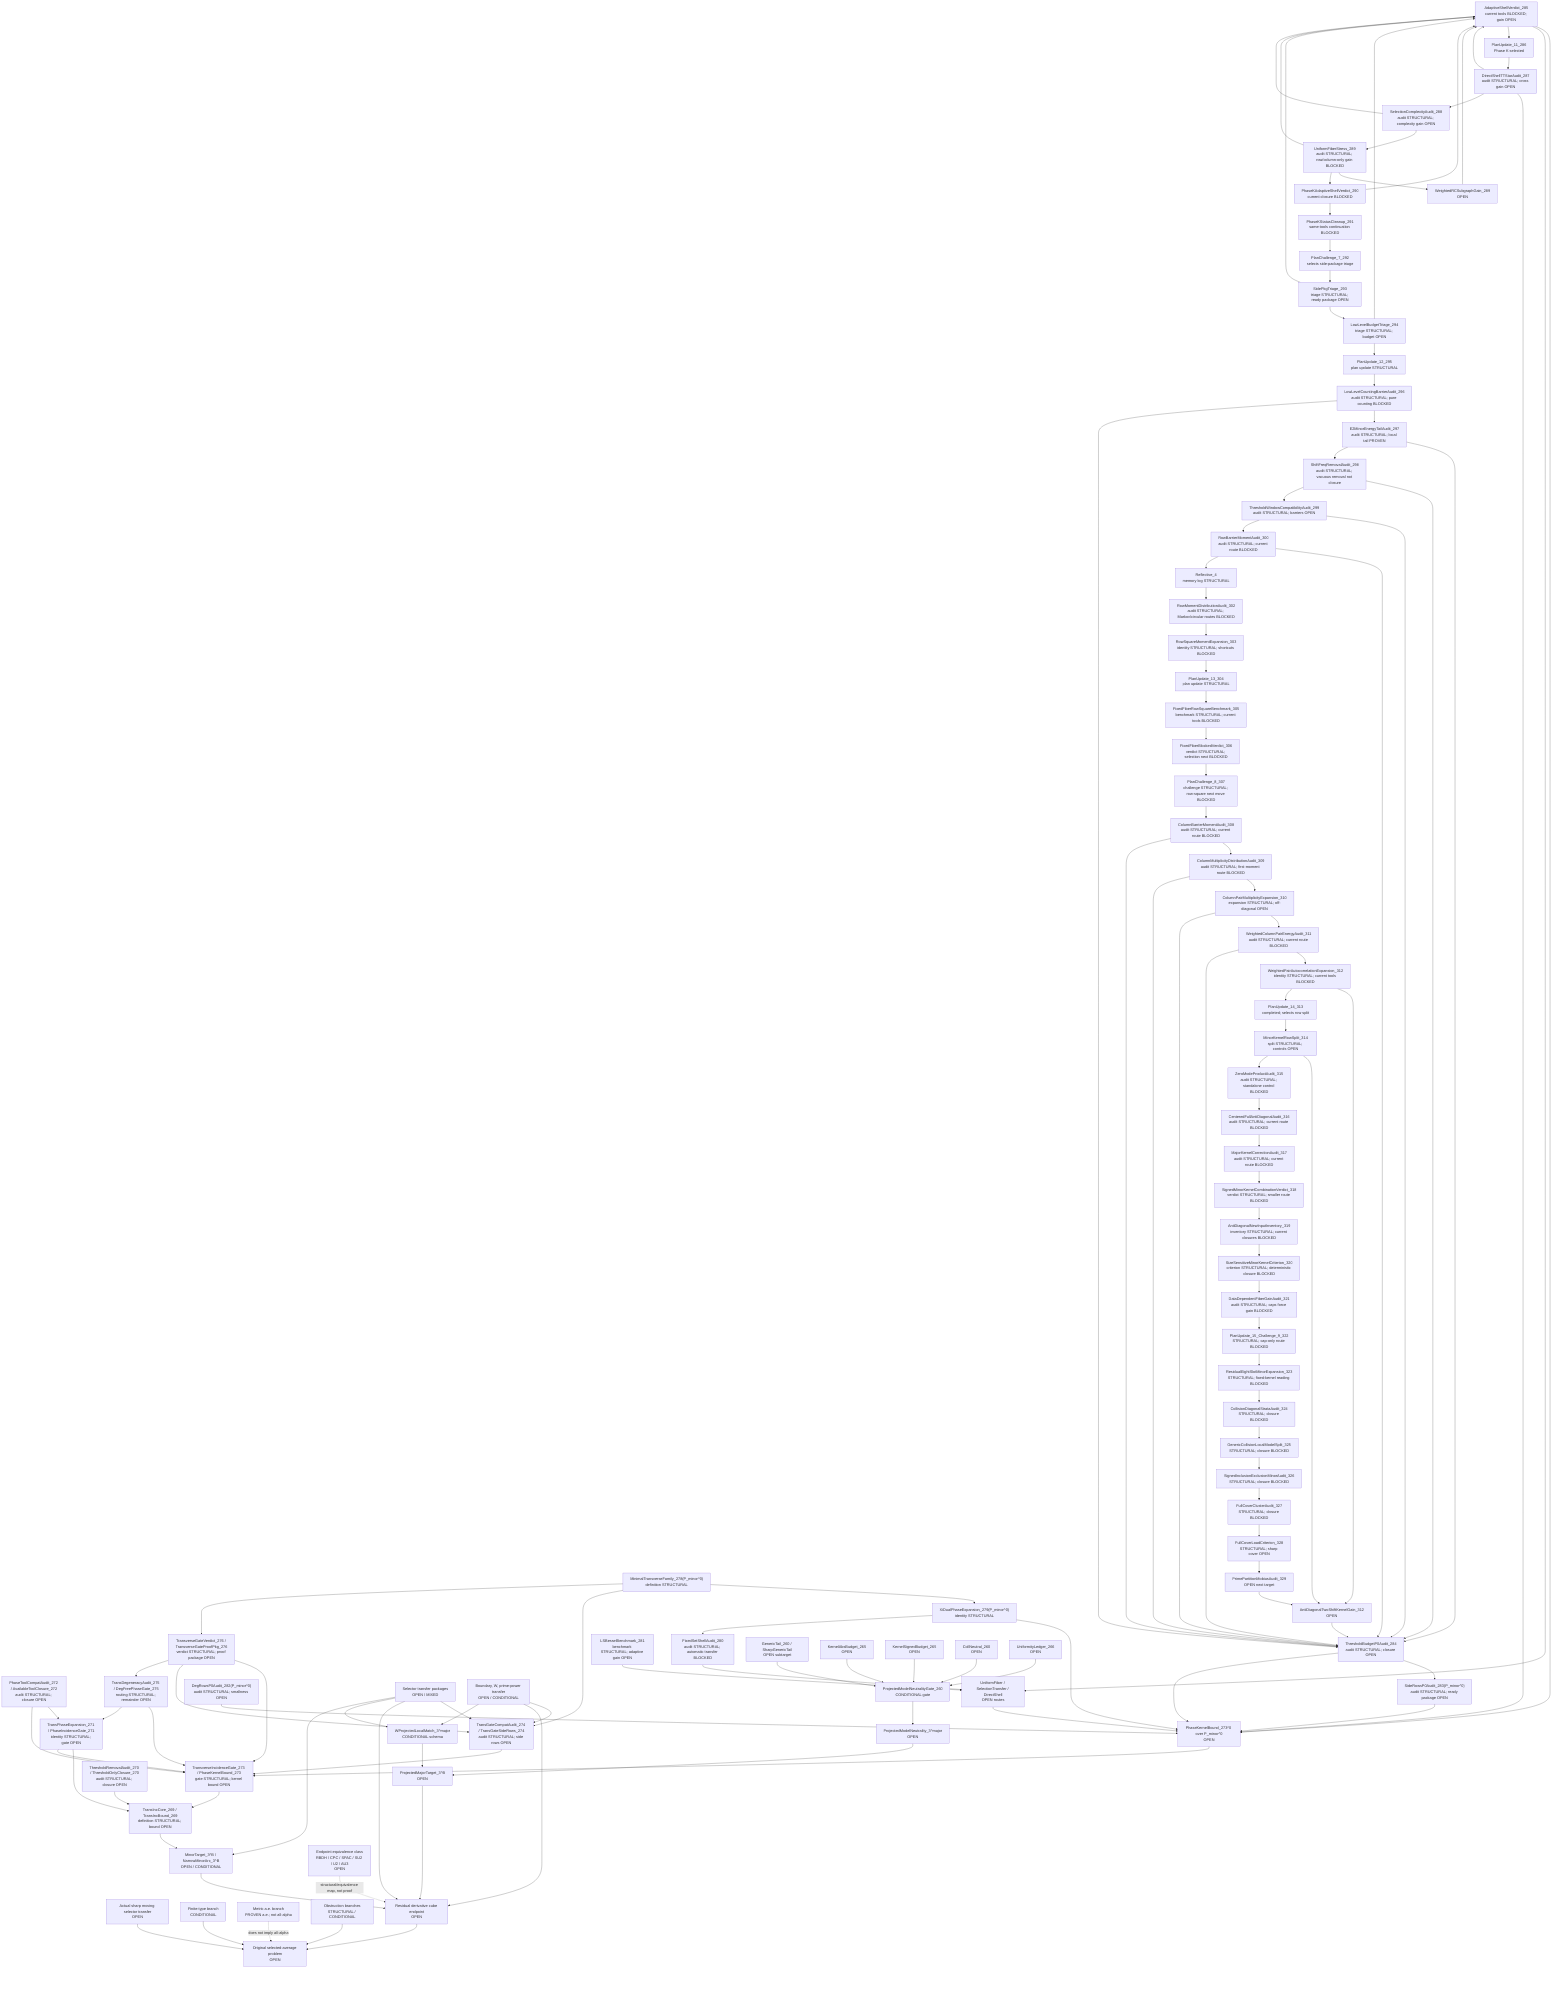
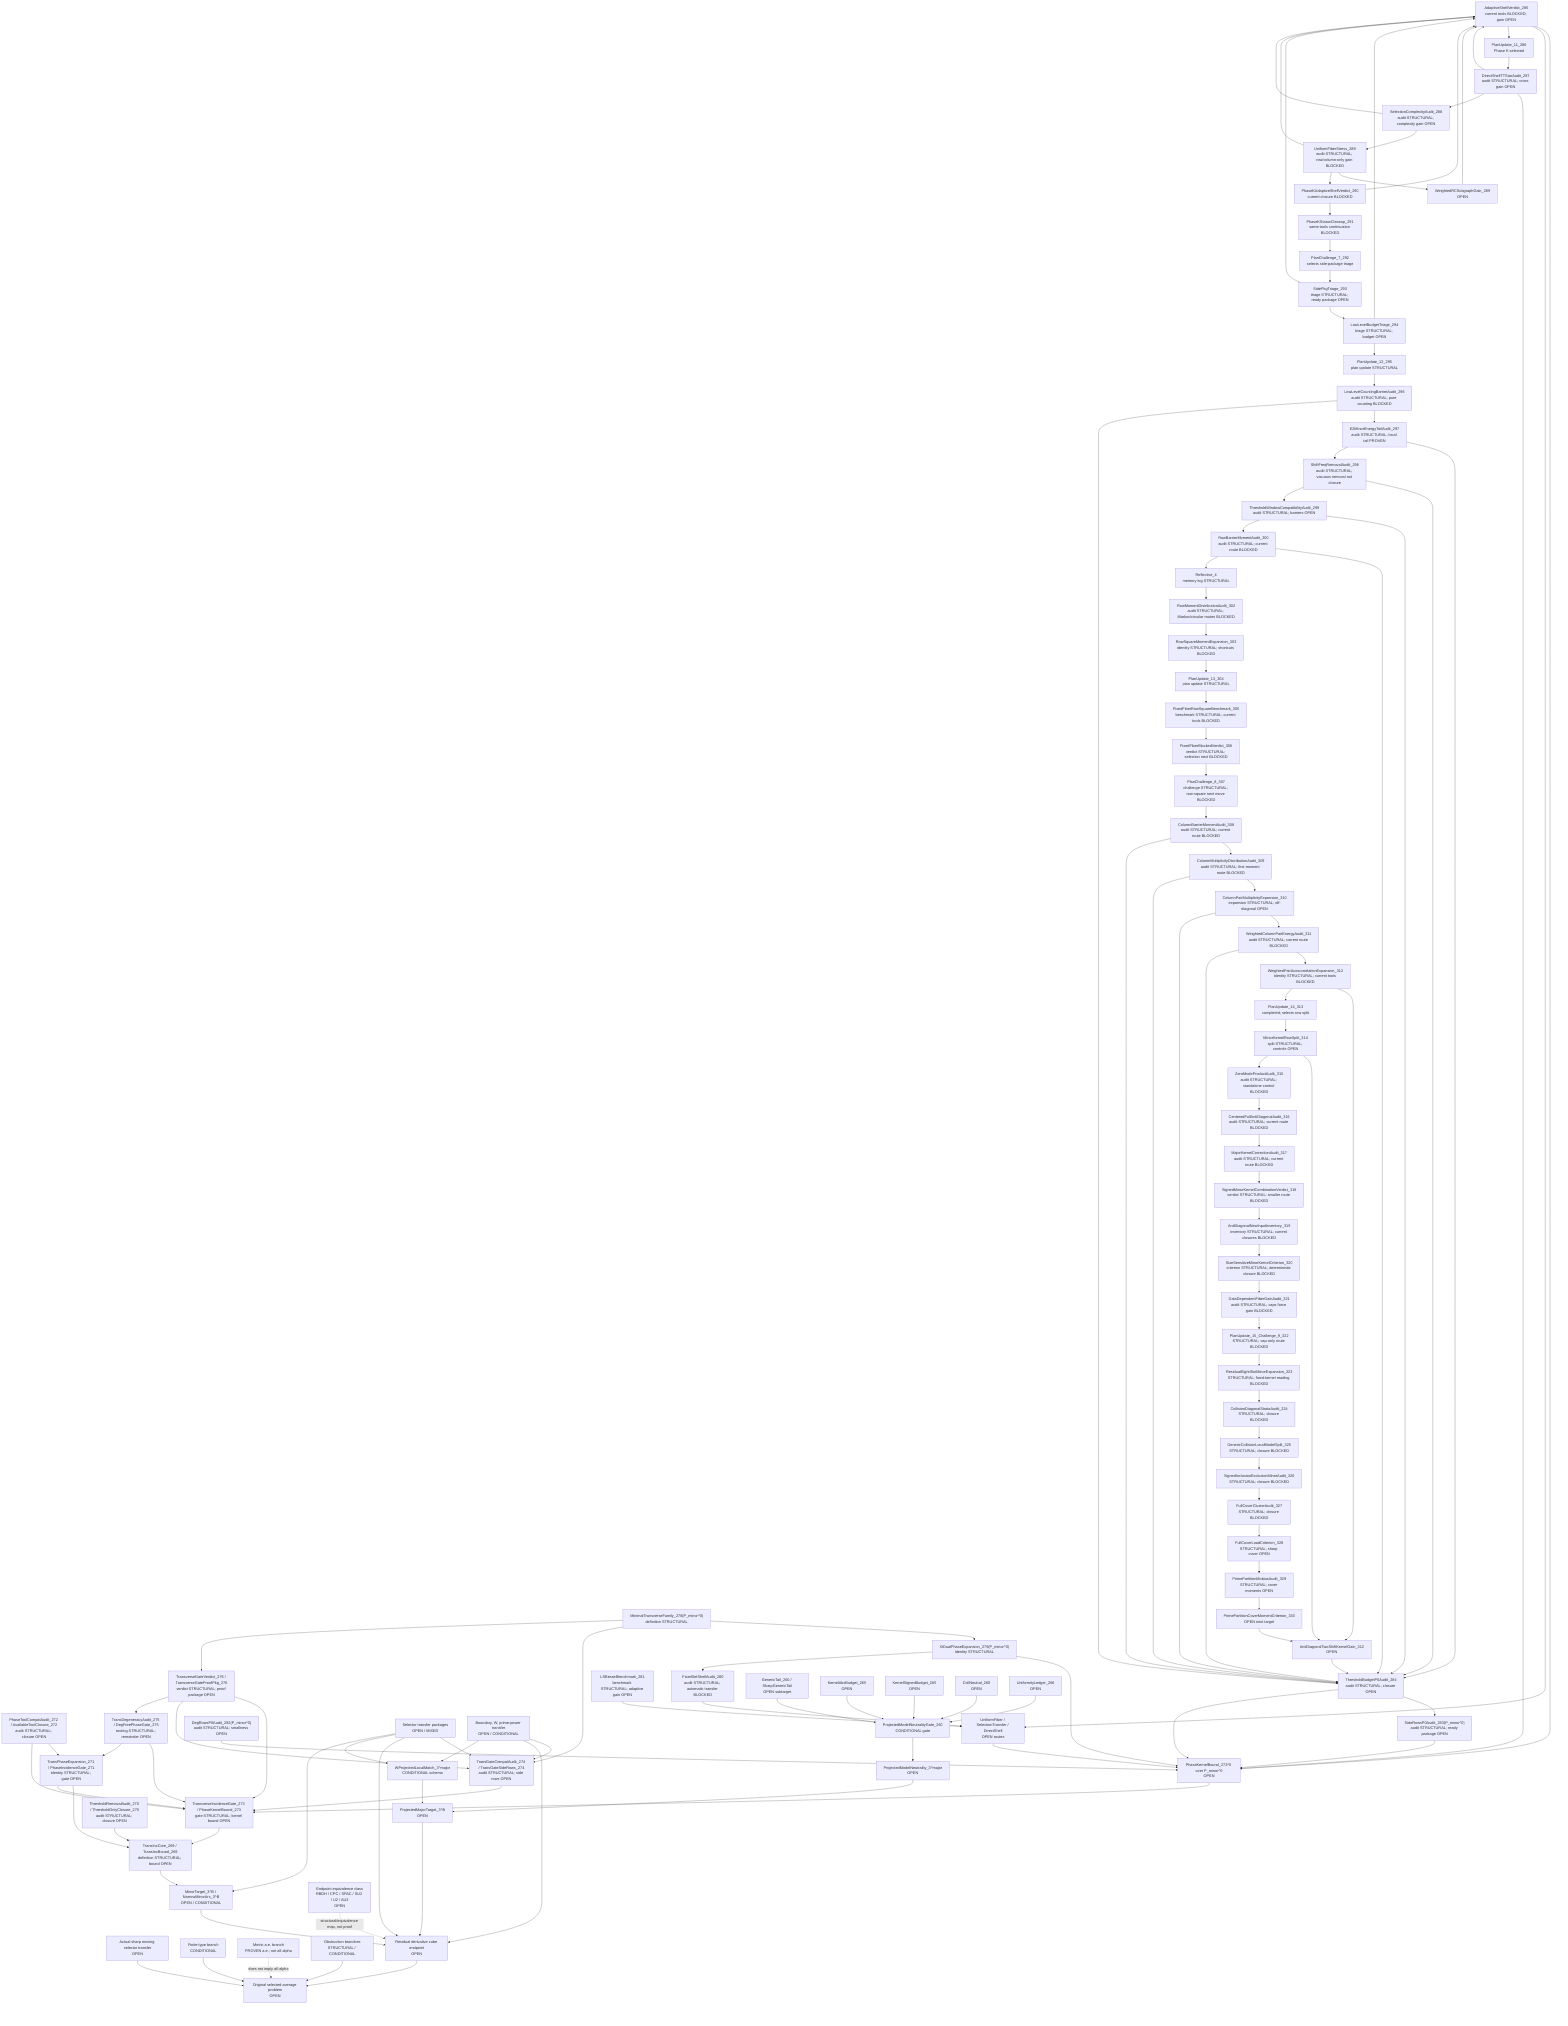
flowchart TD
  Original["Original selected-average problem<br/>OPEN"]
  SharpSel["Actual sharp moving selector transfer<br/>OPEN"]
  FiniteType["Finite-type branch<br/>CONDITIONAL"]
  Metric["Metric a.e. branch<br/>PROVEN a.e.; not all-alpha"]
  Obstruction["Obstruction branches<br/>STRUCTURAL / CONDITIONAL"]

  ResCube["Residual derivative cube endpoint<br/>OPEN"]
  MajorTarget["ProjectedMajorTarget_3^B<br/>OPEN"]
  MinorTarget["MinorTarget_3^B / NarrowMinorArc_3^B<br/>OPEN / CONDITIONAL"]
  TransInc["TransIncCore_269 / TransIncBound_269<br/>definition STRUCTURAL; bound OPEN"]
  ThresholdAudit["ThresholdRemovalAudit_270 / ThresholdOnlyClosure_270<br/>audit STRUCTURAL; closure OPEN"]
  PhaseExpansion["TransPhaseExpansion_271 / PhaseIncidenceGate_271<br/>identity STRUCTURAL; gate OPEN"]
  ToolCompat["PhaseToolCompatAudit_272 / AvailableToolClosure_272<br/>audit STRUCTURAL; closure OPEN"]
  TransGate["TransverseIncidenceGate_273 / PhaseKernelBound_273<br/>gate STRUCTURAL; kernel bound OPEN"]
  TransGateCompat["TransGateCompatAudit_274 / TransGateSideRows_274<br/>audit STRUCTURAL; side rows OPEN"]
  DegAudit["TransDegeneracyAudit_275 / DegFreePhaseGate_275<br/>routing STRUCTURAL; remainder OPEN"]
  TransVerdict["TransverseGateVerdict_276 / TransverseGateProofPkg_276<br/>verdict STRUCTURAL; proof package OPEN"]
  MinTransFamily["MinimalTransverseFamily_278(P_minor^0)<br/>definition STRUCTURAL"]
  XiExpansion["XiDualPhaseExpansion_279(P_minor^0)<br/>identity STRUCTURAL"]
  FixedShellAudit["FixedSetShellAudit_280<br/>audit STRUCTURAL; automatic transfer BLOCKED"]
  FixedShellTransfer["UniformFiber / SelectionTransfer / DirectShell<br/>OPEN routes"]
  LSBesselBench["LSBesselBenchmark_281<br/>benchmark STRUCTURAL; adaptive gain OPEN"]
  DegRowsP0["DegRowsP0Audit_282(P_minor^0)<br/>audit STRUCTURAL; smallness OPEN"]
  SideRowsP0["SideRowsP0Audit_283(P_minor^0)<br/>audit STRUCTURAL; ready package OPEN"]
  ThresholdP0["ThresholdBudgetP0Audit_284<br/>audit STRUCTURAL; closure OPEN"]
  AdaptiveShellP0["AdaptiveShellVerdict_285<br/>current tools BLOCKED; gain OPEN"]
  PlanUpdate11["PlanUpdate_11_286<br/>Phase K selected"]
  DirectTTStar["DirectShellTTStarAudit_287<br/>audit STRUCTURAL; cross gain OPEN"]
  SelectionComplexity["SelectionComplexityAudit_288<br/>audit STRUCTURAL; complexity gain OPEN"]
  UniformFiberStress["UniformFiberStress_289<br/>audit STRUCTURAL; row/column-only gain BLOCKED"]
  WeightedRCSubgraph["WeightedRCSubgraphGain_289<br/>OPEN"]
  AdaptiveVerdict290["PhaseKAdaptiveShellVerdict_290<br/>current closure BLOCKED"]
  PhaseKCleanup291["PhaseKStatusCleanup_291<br/>same-tools continuation BLOCKED"]
  PlanChallenge7["PlanChallenge_7_292<br/>selects side-package triage"]
  SidePkgTriage293["SidePkgTriage_293<br/>triage STRUCTURAL; ready package OPEN"]
  LowLevelTriage294["LowLevelBudgetTriage_294<br/>triage STRUCTURAL; budget OPEN"]
  PlanUpdate12["PlanUpdate_12_295<br/>plan update STRUCTURAL"]
  LowLevelBarrier296["LowLevelCountingBarrierAudit_296<br/>audit STRUCTURAL; pure counting BLOCKED"]
  E2Tail297["E2MinorEnergyTailAudit_297<br/>audit STRUCTURAL; local tail PROVEN"]
  ShiftFreq298["ShiftFreqRemovalAudit_298<br/>audit STRUCTURAL; vacuous removal not closure"]
  ThresholdWindow299["ThresholdWindowCompatibilityAudit_299<br/>audit STRUCTURAL; barriers OPEN"]
  RowBarrier300["RowBarrierMomentAudit_300<br/>audit STRUCTURAL; current route BLOCKED"]
  Reflective4["Reflective_4<br/>memory log STRUCTURAL"]
  RowMoment302["RowMomentDistributionAudit_302<br/>audit STRUCTURAL; Markov/circular routes BLOCKED"]
  RowSquare303["RowSquareMomentExpansion_303<br/>identity STRUCTURAL; shortcuts BLOCKED"]
  PlanUpdate13["PlanUpdate_13_304<br/>plan update STRUCTURAL"]
  FixedFiber305["FixedFiberRowSquareBenchmark_305<br/>benchmark STRUCTURAL; current tools BLOCKED"]
  FixedFiber306["FixedFiberBlockedVerdict_306<br/>verdict STRUCTURAL; selection next BLOCKED"]
  PlanChallenge8["PlanChallenge_8_307<br/>challenge STRUCTURAL; row-square next move BLOCKED"]
  ColumnBarrier308["ColumnBarrierMomentAudit_308<br/>audit STRUCTURAL; current route BLOCKED"]
  ColumnDist309["ColumnMultiplicityDistributionAudit_309<br/>audit STRUCTURAL; first-moment route BLOCKED"]
  ColumnPair310["ColumnPairMultiplicityExpansion_310<br/>expansion STRUCTURAL; off-diagonal OPEN"]
  WPair311["WeightedColumnPairEnergyAudit_311<br/>audit STRUCTURAL; current route BLOCKED"]
  AutoCorr312["WeightedPairAutocorrelationExpansion_312<br/>identity STRUCTURAL; current tools BLOCKED"]
  AntiDiag312["AntiDiagonalTwoShiftKernelGain_312<br/>OPEN"]
  PlanUpdate14["PlanUpdate_14_313<br/>completed; selects row split"]
  MinorKernel314["MinorKernelRowSplit_314<br/>split STRUCTURAL; controls OPEN"]
  ZeroAudit315["ZeroModeProductAudit_315<br/>audit STRUCTURAL; standalone control BLOCKED"]
  CenteredFull316["CenteredFullAntiDiagonalAudit_316<br/>audit STRUCTURAL; current route BLOCKED"]
  MajorCorr317["MajorKernelCorrectionAudit_317<br/>audit STRUCTURAL; current route BLOCKED"]
  SignedVerdict318["SignedMinorKernelCombinationVerdict_318<br/>verdict STRUCTURAL; smaller route BLOCKED"]
  NewInput319["AntiDiagonalNewInputInventory_319<br/>inventory STRUCTURAL; current closures BLOCKED"]
  SizeSensitive320["SizeSensitiveMinorKernelCriterion_320<br/>criterion STRUCTURAL; deterministic closure BLOCKED"]
  FiberGain321["DataDependentFiberGainAudit_321<br/>audit STRUCTURAL; caps force gain BLOCKED"]
  Plan322["PlanUpdate_15_Challenge_9_322<br/>STRUCTURAL; cap-only route BLOCKED"]
  ResidualEight323["ResidualEightSlotMinorExpansion_323<br/>STRUCTURAL; fixed-kernel reading BLOCKED"]
  Collision324["CollisionDiagonalStrataAudit_324<br/>STRUCTURAL; closure BLOCKED"]
  GenericSplit325["GenericCollisionLocalModelSplit_325<br/>STRUCTURAL; closure BLOCKED"]
  SignedIE326["SignedInclusionExclusionMinorAudit_326<br/>STRUCTURAL; closure BLOCKED"]
  FullCover327["FullCoverClusterAudit_327<br/>STRUCTURAL; closure BLOCKED"]
  CoverLoad328["FullCoverLoadCriterion_328<br/>STRUCTURAL; sharp cover OPEN"]
-   PrimeMobius329["PrimePartitionMobiusAudit_329<br/>OPEN next target"]
+   PrimeMobius329["PrimePartitionMobiusAudit_329<br/>STRUCTURAL; cover moments OPEN"]
+   CoverMoment330["PrimePartitionCoverMomentCriterion_330<br/>OPEN next target"]
  PhaseKernel0["PhaseKernelBound_273^0 over P_minor^0<br/>OPEN"]
  SelectorTransfer["Selector transfer packages<br/>OPEN / MIXED"]
  BoundaryTransfer["Boundary, W, prime-power transfer<br/>OPEN / CONDITIONAL"]

  WLocal["WProjectedLocalMatch_3^major<br/>CONDITIONAL schema"]
  ModelNeutral["ProjectedModelNeutrality_3^major<br/>OPEN"]
  PMNGate["ProjectedModelNeutralityGate_260<br/>CONDITIONAL gate"]
  GenericTail["GenericTail_260 / SharpGenericTail<br/>OPEN subtarget"]
  KernelAbs["KernelAbsBudget_265<br/>OPEN"]
  KernelSigned["KernelSignedBudget_265<br/>OPEN"]
  CollNeutral["CollNeutral_260<br/>OPEN"]
  Uniformity["UniformityLedger_266<br/>OPEN"]

  EndpointClass["Endpoint equivalence class<br/>RBDH / CPC / SPAC / SU2 / U2 / AU3<br/>OPEN"]

  SharpSel --> Original
  FiniteType --> Original
  Obstruction --> Original
  ResCube --> Original
  Metric -. "does not imply all-alpha" .-> Original

  MajorTarget --> ResCube
  MinorTarget --> ResCube
  TransInc --> MinorTarget
  ThresholdAudit --> TransInc
  PhaseExpansion --> TransInc
  ToolCompat --> PhaseExpansion
  TransGate --> TransInc
  PhaseExpansion --> TransGate
  ToolCompat --> TransGate
  TransGateCompat --> TransGate
  SelectorTransfer --> TransGateCompat
  BoundaryTransfer --> TransGateCompat
  DegAudit --> TransGate
  DegAudit --> PhaseExpansion
  TransVerdict --> TransGate
  TransVerdict --> TransGateCompat
  TransVerdict --> DegAudit
  PhaseKernel0 --> TransGate
  MinTransFamily --> XiExpansion
  XiExpansion --> PhaseKernel0
  XiExpansion --> FixedShellAudit
  FixedShellAudit --> FixedShellTransfer
  FixedShellTransfer --> PhaseKernel0
  LSBesselBench --> FixedShellTransfer
  DegRowsP0 --> PhaseKernel0
  SideRowsP0 --> PhaseKernel0
  ThresholdP0 --> SideRowsP0
  ThresholdP0 --> PhaseKernel0
  AdaptiveShellP0 --> PhaseKernel0
  AdaptiveShellP0 --> FixedShellTransfer
  AdaptiveShellP0 --> PlanUpdate11
  PlanUpdate11 --> DirectTTStar
  DirectTTStar --> AdaptiveShellP0
  DirectTTStar --> PhaseKernel0
  DirectTTStar --> SelectionComplexity
  SelectionComplexity --> UniformFiberStress
  SelectionComplexity --> AdaptiveShellP0
  UniformFiberStress --> WeightedRCSubgraph
  WeightedRCSubgraph --> AdaptiveShellP0
  UniformFiberStress --> AdaptiveVerdict290
  UniformFiberStress --> AdaptiveShellP0
  AdaptiveVerdict290 --> AdaptiveShellP0
  AdaptiveVerdict290 --> PhaseKCleanup291
  PhaseKCleanup291 --> PlanChallenge7
  PlanChallenge7 --> SidePkgTriage293
  SidePkgTriage293 --> LowLevelTriage294
  SidePkgTriage293 --> AdaptiveShellP0
  LowLevelTriage294 --> AdaptiveShellP0
  LowLevelTriage294 --> PlanUpdate12
  PlanUpdate12 --> LowLevelBarrier296
  LowLevelBarrier296 --> E2Tail297
  LowLevelBarrier296 --> ThresholdP0
  E2Tail297 --> ThresholdP0
  E2Tail297 --> ShiftFreq298
  ShiftFreq298 --> ThresholdP0
  ShiftFreq298 --> ThresholdWindow299
  ThresholdWindow299 --> ThresholdP0
  ThresholdWindow299 --> RowBarrier300
  RowBarrier300 --> ThresholdP0
  RowBarrier300 --> Reflective4
  Reflective4 --> RowMoment302
  RowMoment302 --> RowSquare303
  RowSquare303 --> PlanUpdate13
  PlanUpdate13 --> FixedFiber305
  FixedFiber305 --> FixedFiber306
  FixedFiber306 --> PlanChallenge8
  PlanChallenge8 --> ColumnBarrier308
  ColumnBarrier308 --> ColumnDist309
  ColumnDist309 --> ColumnPair310
  ColumnPair310 --> WPair311
  WPair311 --> AutoCorr312
  AutoCorr312 --> AntiDiag312
  AntiDiag312 --> ThresholdP0
  AutoCorr312 --> PlanUpdate14
  PlanUpdate14 --> MinorKernel314
  MinorKernel314 --> AntiDiag312
  MinorKernel314 --> ZeroAudit315
  ZeroAudit315 --> CenteredFull316
  CenteredFull316 --> MajorCorr317
  MajorCorr317 --> SignedVerdict318
  SignedVerdict318 --> NewInput319
  NewInput319 --> SizeSensitive320
  SizeSensitive320 --> FiberGain321
  FiberGain321 --> Plan322
  Plan322 --> ResidualEight323
  ResidualEight323 --> Collision324
  Collision324 --> GenericSplit325
  GenericSplit325 --> SignedIE326
  SignedIE326 --> FullCover327
  FullCover327 --> CoverLoad328
  CoverLoad328 --> PrimeMobius329
-   PrimeMobius329 --> AntiDiag312
+   PrimeMobius329 --> CoverMoment330
+   CoverMoment330 --> AntiDiag312
  WPair311 --> ThresholdP0
  ColumnPair310 --> ThresholdP0
  ColumnDist309 --> ThresholdP0
  ColumnBarrier308 --> ThresholdP0
  MinTransFamily --> TransGateCompat
  MinTransFamily --> TransVerdict
  SelectorTransfer --> ResCube
  BoundaryTransfer --> ResCube
  EndpointClass -. "structural/equivalence map, not proof" .-> ResCube

  WLocal --> MajorTarget
  ModelNeutral --> MajorTarget

  PMNGate --> ModelNeutral
  GenericTail --> PMNGate
  KernelAbs --> PMNGate
  KernelSigned --> PMNGate
  CollNeutral --> PMNGate
  Uniformity --> PMNGate

  BoundaryTransfer --> WLocal
  SelectorTransfer --> WLocal
  SelectorTransfer --> MinorTarget
